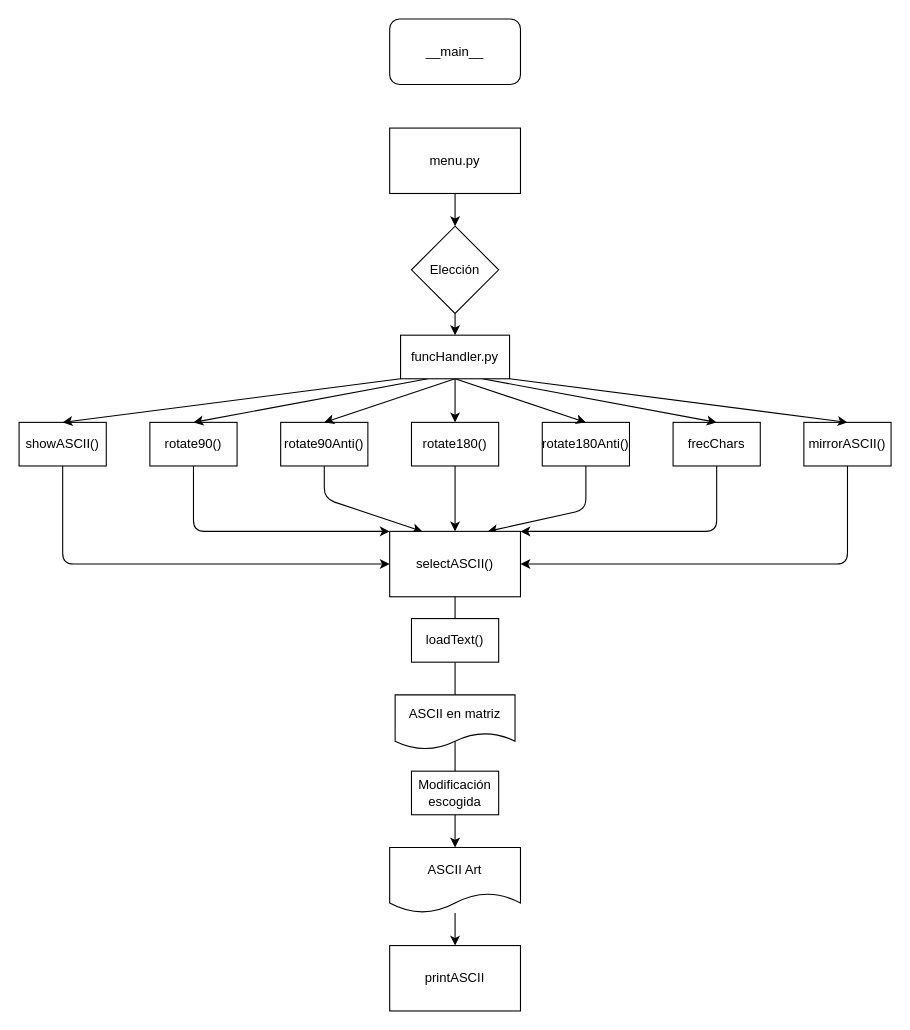
The draw.io diagram diagram.drawio in Adrian-Cespedes/PROG-4.02---Proyecto-1-G4, before the edit. Source tidied: cells renumbered, new cells numbered last; positions are measured from the earlier drawing's top-left corner, leaving out a move shared by most shapes. Both pictures are drawn from the tidied source at 109%, with x=0, y=0 at pixel (19, 19).
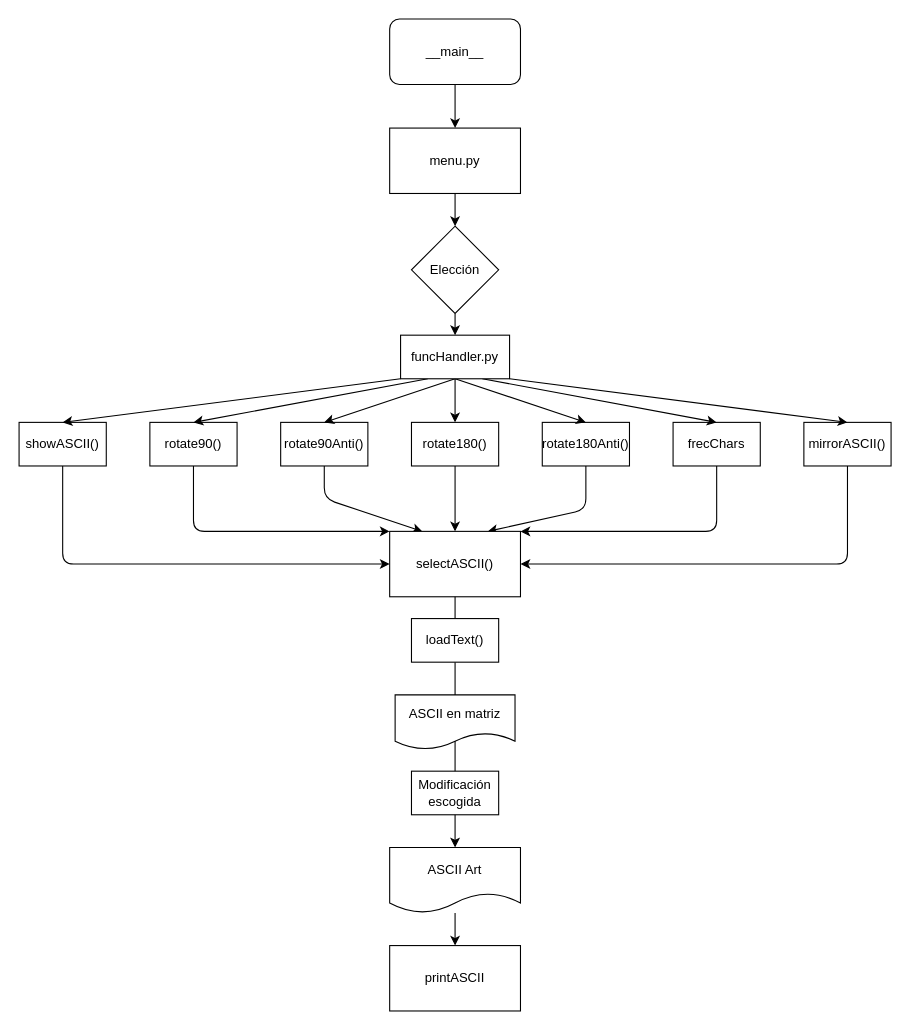
The same diagram, later.

Unchanged cells that the change refers to:
```xml
<mxCell id="2" value="__main__" style="rounded=1;whiteSpace=wrap;html=1;" parent="1" vertex="1">
  <mxGeometry x="340" width="120" height="60" as="geometry" />
</mxCell>
<mxCell id="4" value="menu.py" style="rounded=0;whiteSpace=wrap;html=1;" parent="1" vertex="1">
  <mxGeometry x="340" y="100" width="120" height="60" as="geometry" />
</mxCell>
```

Change to the diagram source:
```diff
@@
+    <mxCell id="38" style="edgeStyle=none;html=1;" parent="1" edge="1" source="2" target="4">
+      <mxGeometry relative="1" as="geometry" />
+    </mxCell>
```
